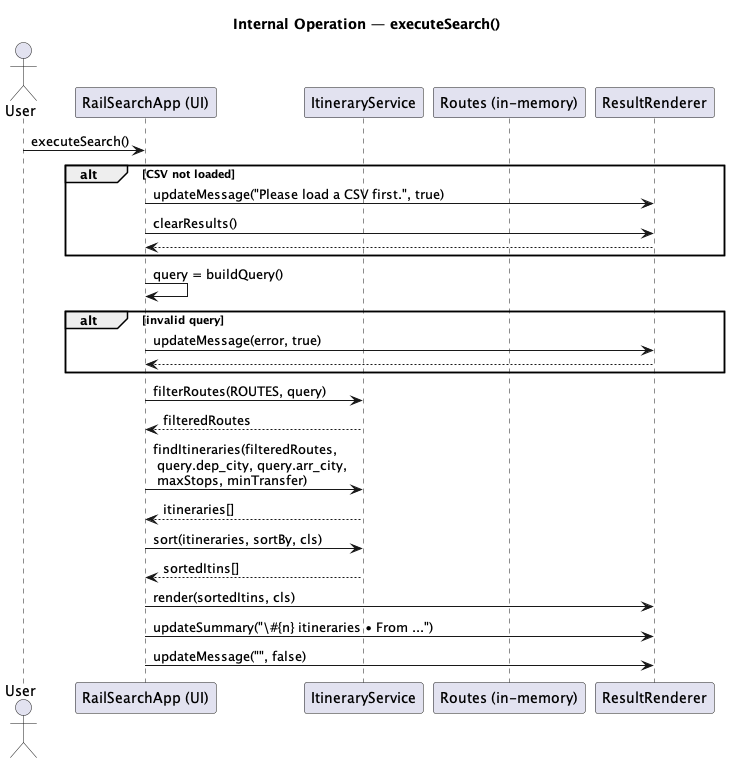
Earlier version of the PlantUML export docs/Artifacts/System Operations/ExcecuteSearch.png (nicolas-zampieri/SOEN342). Source of this version:
```plantuml
@startuml ExcecuteSearch
title Internal Operation — executeSearch()

actor User as U
participant "RailSearchApp (UI)" as UI
participant "ItineraryService" as SVC
participant "Routes (in-memory)" as ROUTES
participant "ResultRenderer" as R

U -> UI : executeSearch()

alt CSV not loaded
  UI -> R : updateMessage("Please load a CSV first.", true)
  UI -> R : clearResults()
  return
end

UI -> UI : query = buildQuery()
alt invalid query
  UI -> R : updateMessage(error, true)
  deactivate UI
  return
end

UI -> SVC : filterRoutes(ROUTES, query)
SVC --> UI : filteredRoutes

UI -> SVC : findItineraries(filteredRoutes,\n query.dep_city, query.arr_city,\n maxStops, minTransfer)
SVC --> UI : itineraries[]

UI -> SVC : sort(itineraries, sortBy, cls)
SVC --> UI : sortedItins[]

UI -> R : render(sortedItins, cls)
UI -> R : updateSummary("\#{n} itineraries • From ...")
UI -> R : updateMessage("", false)

deactivate UI
@enduml
```
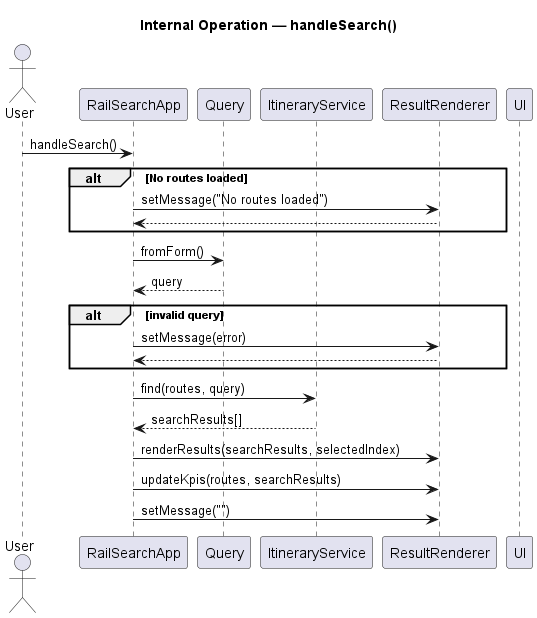
After the commit.

Diff of the diagram source:
```diff
@@ -1,39 +1,33 @@
 @startuml ExcecuteSearch
-title Internal Operation — executeSearch()
+title Internal Operation — handleSearch()
 
 actor User as U
-participant "RailSearchApp (UI)" as UI
+participant "RailSearchApp" as App
+participant "Query" as Q
 participant "ItineraryService" as SVC
-participant "Routes (in-memory)" as ROUTES
 participant "ResultRenderer" as R
 
-U -> UI : executeSearch()
+U -> App : handleSearch()
 
-alt CSV not loaded
-  UI -> R : updateMessage("Please load a CSV first.", true)
-  UI -> R : clearResults()
+alt No routes loaded
+  App -> R : setMessage("No routes loaded")
   return
 end
 
-UI -> UI : query = buildQuery()
+App -> Q : fromForm()
+Q --> App : query
+
 alt invalid query
-  UI -> R : updateMessage(error, true)
-  deactivate UI
+  App -> R : setMessage(error)
   return
 end
 
-UI -> SVC : filterRoutes(ROUTES, query)
-SVC --> UI : filteredRoutes
+App -> SVC : find(routes, query)
+SVC --> App : searchResults[]
 
-UI -> SVC : findItineraries(filteredRoutes,\n query.dep_city, query.arr_city,\n maxStops, minTransfer)
-SVC --> UI : itineraries[]
-
-UI -> SVC : sort(itineraries, sortBy, cls)
-SVC --> UI : sortedItins[]
-
-UI -> R : render(sortedItins, cls)
-UI -> R : updateSummary("\#{n} itineraries • From ...")
-UI -> R : updateMessage("", false)
+App -> R : renderResults(searchResults, selectedIndex)
+App -> R : updateKpis(routes, searchResults)
+App -> R : setMessage("")
 
 deactivate UI
 @enduml
```
